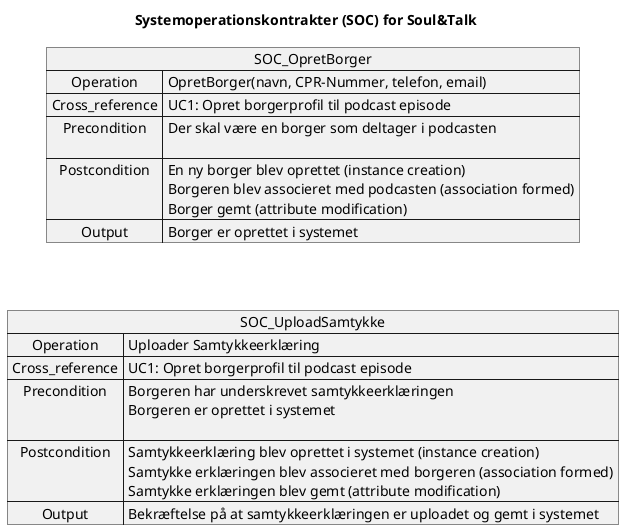
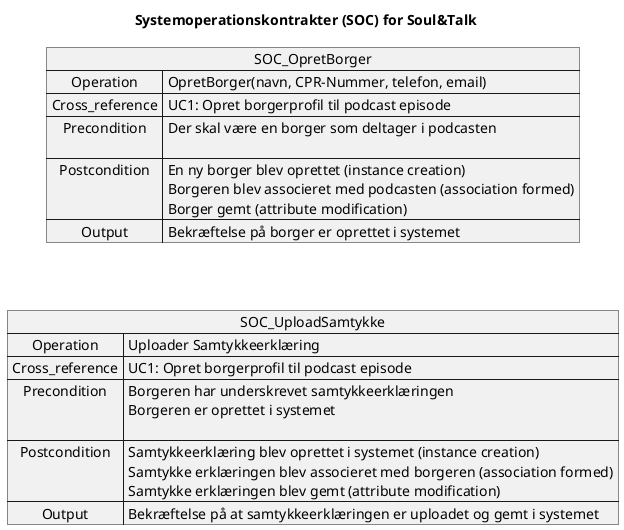
@startuml SOC Soul&Talk
skinparam defaultFontName Arial

title Systemoperationskontrakter (SOC) for Soul&Talk

map SOC_OpretBorger {
    Operation => OpretBorger(navn, CPR-Nummer, telefon, email)
    Cross_reference => UC1: Opret borgerprofil til podcast episode
    Precondition => Der skal være en borger som deltager i podcasten\n
    Postcondition => En ny borger blev oprettet (instance creation)\nBorgeren blev associeret med podcasten (association formed)\nBorger gemt (attribute modification)
-     Output => Borger er oprettet i systemet
+     Output => Bekræftelse på borger er oprettet i systemet
}

map SOC_UploadSamtykke {
    Operation => Uploader Samtykkeerklæring
    Cross_reference => UC1: Opret borgerprofil til podcast episode
    Precondition => Borgeren har underskrevet samtykkeerklæringen\nBorgeren er oprettet i systemet\n
    Postcondition => Samtykkeerklæring blev oprettet i systemet (instance creation)\nSamtykke erklæringen blev associeret med borgeren (association formed)\nSamtykke erklæringen blev gemt (attribute modification)
    Output => Bekræftelse på at samtykkeerklæringen er uploadet og gemt i systemet
}

SOC_OpretBorger -[hidden]down-> SOC_UploadSamtykke

@enduml